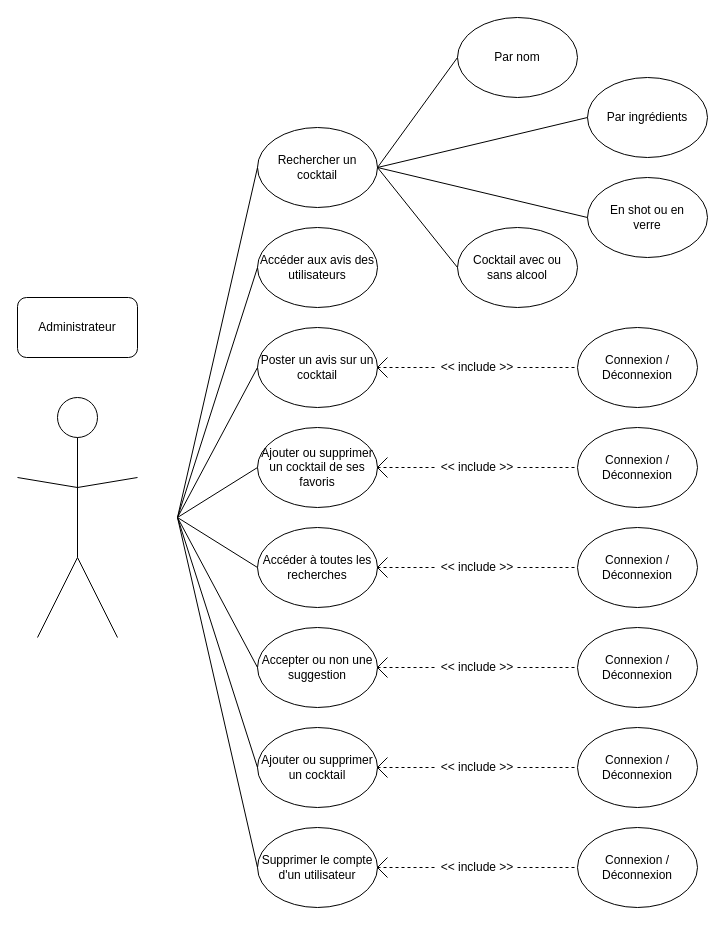
This is Diagramme de cas d'utilisation de l'administrateur.drawio from wahib299/ProjetInfo2A, a draw.io file, before an edit. Source tidied: cells renumbered, new cells numbered last; positions are measured from the earlier drawing's top-left corner, leaving out a move shared by most shapes. Both pictures are drawn from the tidied source at 100%, with x=0, y=0 at pixel (17, 17).
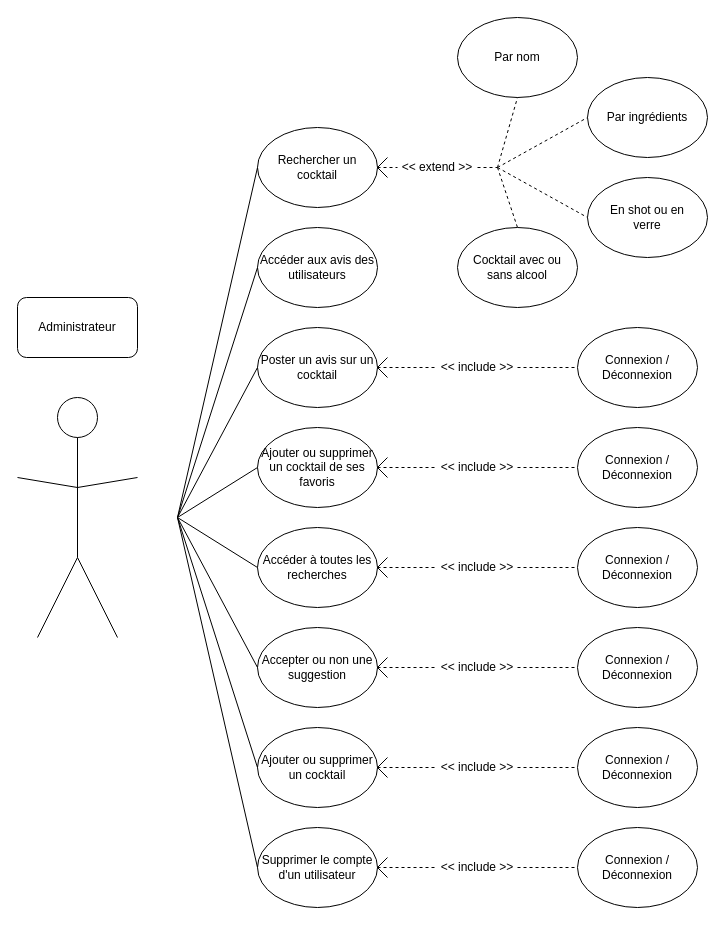
The same page after the edit.

The change refers to these unchanged cells:
```xml
<mxCell id="61" value="Par nom" style="ellipse;whiteSpace=wrap;html=1;" parent="1" vertex="1">
  <mxGeometry x="440" width="120" height="80" as="geometry" />
</mxCell>
<mxCell id="62" value="En shot ou en&lt;br&gt;verre" style="ellipse;whiteSpace=wrap;html=1;" parent="1" vertex="1">
  <mxGeometry x="570" y="160" width="120" height="80" as="geometry" />
</mxCell>
<mxCell id="63" value="Cocktail avec ou&lt;br&gt;sans alcool" style="ellipse;whiteSpace=wrap;html=1;" parent="1" vertex="1">
  <mxGeometry x="440" y="210" width="120" height="80" as="geometry" />
</mxCell>
<mxCell id="64" value="Par ingrédients" style="ellipse;whiteSpace=wrap;html=1;" parent="1" vertex="1">
  <mxGeometry x="570" y="60" width="120" height="80" as="geometry" />
</mxCell>
```

Diff of the diagram source:
```diff
@@
-    <mxCell id="65" style="endArrow=none;html=1;exitX=1;exitY=0.5;exitDx=0;exitDy=0;entryX=0;entryY=0.5;entryDx=0;entryDy=0;" parent="1" edge="1" target="61">
-      <mxGeometry relative="1" as="geometry">
-        <mxPoint x="360" y="150" as="sourcePoint" />
-      </mxGeometry>
-    </mxCell>
-    <mxCell id="66" style="endArrow=none;html=1;entryX=0;entryY=0.5;entryDx=0;entryDy=0;" parent="1" edge="1" target="64">
-      <mxGeometry relative="1" as="geometry">
-        <mxPoint x="360" y="150" as="sourcePoint" />
-      </mxGeometry>
-    </mxCell>
-    <mxCell id="67" style="endArrow=none;html=1;entryX=0;entryY=0.5;entryDx=0;entryDy=0;" parent="1" edge="1" target="62">
-      <mxGeometry relative="1" as="geometry">
-        <mxPoint x="360" y="150" as="sourcePoint" />
-      </mxGeometry>
-    </mxCell>
-    <mxCell id="68" style="endArrow=none;html=1;entryX=0;entryY=0.5;entryDx=0;entryDy=0;exitX=1;exitY=0.5;exitDx=0;exitDy=0;" parent="1" edge="1" target="63">
-      <mxGeometry relative="1" as="geometry">
-        <mxPoint x="360" y="150" as="sourcePoint" />
-      </mxGeometry>
-    </mxCell>
+    <mxCell id="69" style="endArrow=none;html=1;" parent="1" edge="1">
+      <mxGeometry relative="1" as="geometry">
+        <mxPoint x="360" y="150" as="sourcePoint" />
+        <mxPoint x="370" y="140" as="targetPoint" />
+      </mxGeometry>
+    </mxCell>
+    <mxCell id="70" style="endArrow=none;html=1;" parent="1" edge="1">
+      <mxGeometry relative="1" as="geometry">
+        <mxPoint x="360" y="150" as="sourcePoint" />
+        <mxPoint x="370" y="160" as="targetPoint" />
+      </mxGeometry>
+    </mxCell>
+    <mxCell id="71" style="endArrow=none;dashed=1;html=1;entryX=0;entryY=0.5;entryDx=0;entryDy=0;" parent="1" edge="1" target="72">
+      <mxGeometry relative="1" as="geometry">
+        <mxPoint x="360" y="150" as="sourcePoint" />
+      </mxGeometry>
+    </mxCell>
+    <mxCell id="72" value="&amp;lt;&amp;lt; extend &amp;gt;&amp;gt;" style="text;html=1;strokeColor=none;fillColor=none;align=center;verticalAlign=middle;whiteSpace=wrap;rounded=0;" parent="1" vertex="1">
+      <mxGeometry x="380" y="140" width="80" height="20" as="geometry" />
+    </mxCell>
+    <mxCell id="73" style="endArrow=none;dashed=1;html=1;entryX=0.5;entryY=1;entryDx=0;entryDy=0;" parent="1" edge="1" target="61">
+      <mxGeometry relative="1" as="geometry">
+        <mxPoint x="480" y="150" as="sourcePoint" />
+      </mxGeometry>
+    </mxCell>
+    <mxCell id="74" style="endArrow=none;dashed=1;html=1;entryX=0;entryY=0.5;entryDx=0;entryDy=0;" parent="1" edge="1" target="64">
+      <mxGeometry relative="1" as="geometry">
+        <mxPoint x="480" y="150" as="sourcePoint" />
+      </mxGeometry>
+    </mxCell>
+    <mxCell id="75" style="endArrow=none;dashed=1;html=1;entryX=0;entryY=0.5;entryDx=0;entryDy=0;" parent="1" edge="1" target="62">
+      <mxGeometry relative="1" as="geometry">
+        <mxPoint x="480" y="150" as="sourcePoint" />
+      </mxGeometry>
+    </mxCell>
+    <mxCell id="76" style="endArrow=none;dashed=1;html=1;entryX=0.5;entryY=0;entryDx=0;entryDy=0;" parent="1" edge="1" target="63">
+      <mxGeometry relative="1" as="geometry">
+        <mxPoint x="480" y="150" as="sourcePoint" />
+      </mxGeometry>
+    </mxCell>
+    <mxCell id="77" style="endArrow=none;dashed=1;html=1;exitX=1;exitY=0.5;exitDx=0;exitDy=0;" parent="1" edge="1" source="72">
+      <mxGeometry relative="1" as="geometry">
+        <mxPoint x="480" y="150" as="targetPoint" />
+      </mxGeometry>
+    </mxCell>
```
